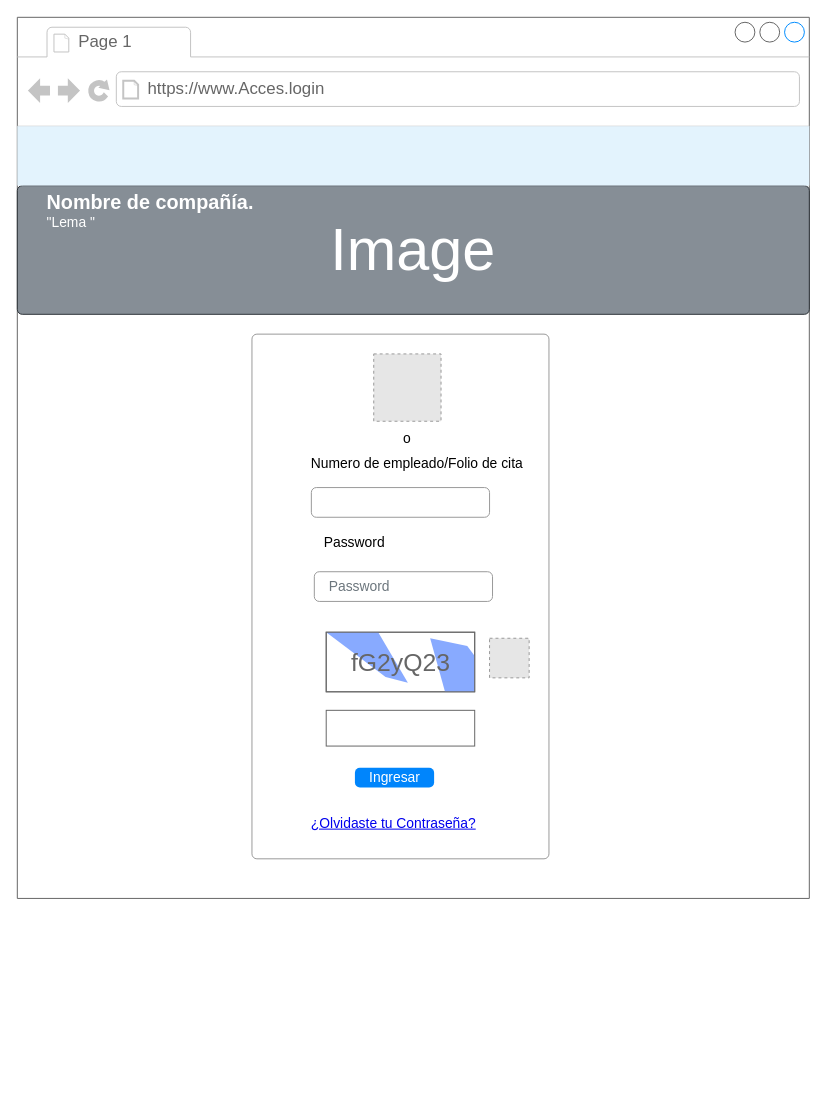
GwenBZ/AccesoEmpresa keeps this draw.io diagram as page "Login" (1 of 7) of Untitled Diagram.drawio. Above is the earlier version. Source tidied: cells renumbered, new cells numbered last; positions are measured from the earlier drawing's top-left corner, leaving out a move shared by most shapes. Both pictures are drawn from the tidied source at 99%, with x=0, y=0 at pixel (17, 17). Pictures stored in the file or linked from it are replaced by grey dashed boxes.
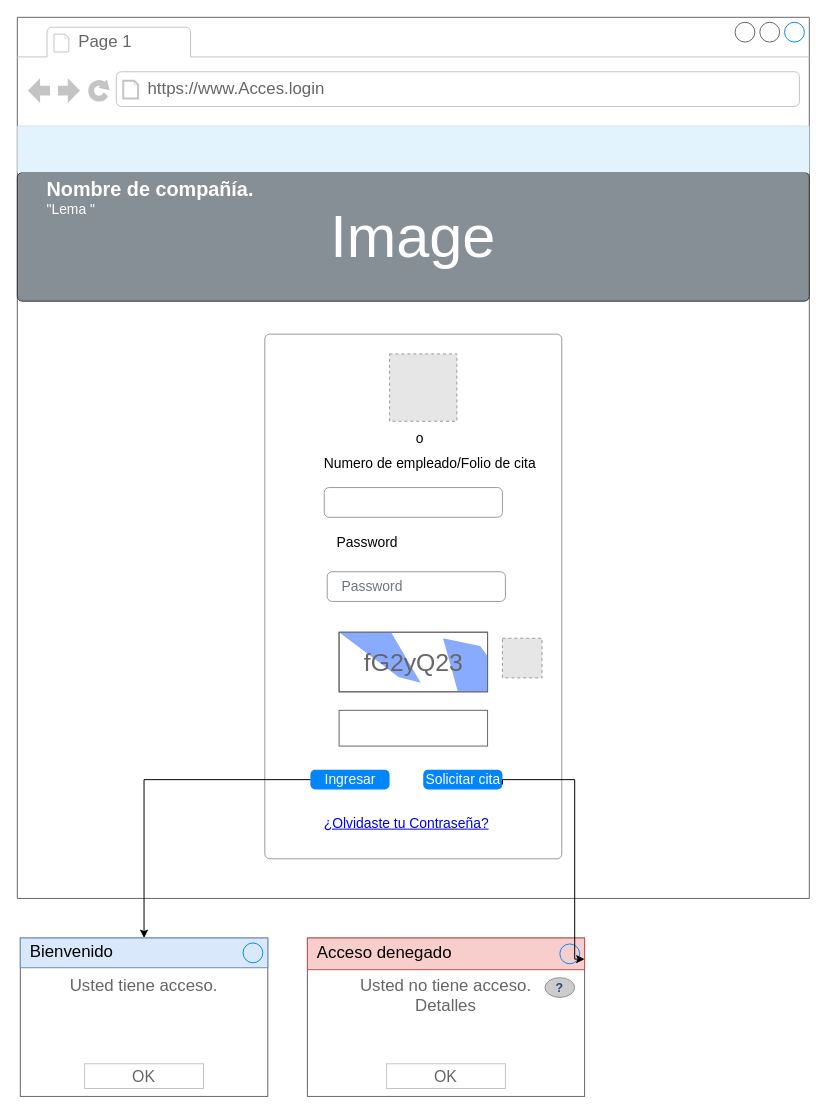
The same diagram, later.

The change refers to these unchanged cells:
```xml
<mxCell id="2" style="strokeWidth=1;shadow=0;dashed=0;align=center;html=1;shape=mxgraph.mockup.containers.browserWindow;rSize=0;strokeColor=#666666;strokeColor2=#008cff;strokeColor3=#c4c4c4;mainText=,;" parent="1" vertex="1">
  <mxGeometry width="800" height="890" as="geometry" />
</mxCell>
```

The edit, as a diff of the source:
```diff
@@
     <mxCell id="5" value="Image" style="html=1;shadow=0;dashed=0;shape=mxgraph.bootstrap.rrect;rSize=5;strokeColor=#2D3338;html=1;whiteSpace=wrap;fillColor=#868E96;fontColor=#ffffff;verticalAlign=middle;align=center;spacing=20;fontSize=60;" parent="2" vertex="1">
-      <mxGeometry y="170" width="800" height="130" as="geometry" />
+      <mxGeometry y="156.7" width="800" height="130" as="geometry" />
     </mxCell>
@@
-    <mxCell id="7" style="html=1;shadow=0;dashed=0;fillColor=#E3F3FD;strokeColor=none;fontSize=16;fontColor=#161819;align=left;spacing=15;" parent="5" vertex="1">
-      <mxGeometry y="-60" width="800" height="60" as="geometry" />
+    <mxCell id="7" style="html=1;shadow=0;dashed=0;fillColor=#E3F3FD;strokeColor=none;fontSize=16;fontColor=#161819;align=left;spacing=15;" parent="2" vertex="1">
+      <mxGeometry y="110" width="800" height="46.7" as="geometry" />
     </mxCell>
     <mxCell id="8" style="html=1;shadow=0;dashed=0;shape=mxgraph.bootstrap.rrect;rSize=5;fillColor=#ffffff;strokeColor=#999999;" parent="2" vertex="1">
-      <mxGeometry x="237" y="320" width="300" height="530" as="geometry" />
+      <mxGeometry x="250" y="320" width="300" height="530" as="geometry" />
     </mxCell>
@@
     <mxCell id="15" value="Ingresar" style="html=1;shadow=0;dashed=0;shape=mxgraph.bootstrap.rrect;rSize=5;fillColor=#0085FC;strokeColor=none;align=center;fontSize=14;fontColor=#FFFFFF;" parent="8" vertex="1">
       <mxGeometry width="80" height="20" relative="1" as="geometry">
-        <mxPoint x="104" y="438" as="offset" />
+        <mxPoint x="46" y="440" as="offset" />
       </mxGeometry>
     </mxCell>
@@
     <mxCell id="19" style="fillColor=#E6E6E6;strokeColor=#999999;dashed=1;html=1;verticalAlign=top;verticalLabelPosition=bottom;labelBackgroundColor=#ffffff;fontSize=10;fontColor=#3399FF;" parent="8" vertex="1">
-      <mxGeometry x="123" y="20" width="68" height="68" as="geometry" />
+      <mxGeometry x="126" y="20" width="68" height="68" as="geometry" />
     </mxCell>
+    <mxCell id="20" value="Solicitar cita" style="html=1;shadow=0;dashed=0;shape=mxgraph.bootstrap.rrect;rSize=5;fillColor=#0085FC;strokeColor=none;align=center;fontSize=14;fontColor=#FFFFFF;" parent="8" vertex="1">
+      <mxGeometry x="160" y="440" width="80" height="20" as="geometry" />
+    </mxCell>
+    <mxCell id="21" value="&lt;div&gt;Usted tiene acceso.&lt;/div&gt;" style="strokeWidth=1;shadow=0;dashed=0;align=center;html=1;shape=mxgraph.mockup.containers.rrect;rSize=0;strokeColor=#666666;fontColor=#666666;fontSize=17;verticalAlign=top;whiteSpace=wrap;fillColor=#ffffff;spacingTop=32;" parent="1" vertex="1">
+      <mxGeometry x="3" y="930" width="250" height="160" as="geometry" />
+    </mxCell>
+    <mxCell id="22" value="Bienvenido" style="strokeWidth=1;shadow=0;dashed=0;align=center;html=1;shape=mxgraph.mockup.containers.rrect;rSize=0;fontSize=17;strokeColor=#6c8ebf;align=left;spacingLeft=8;fillColor=#dae8fc;" parent="21" vertex="1">
+      <mxGeometry width="250" height="30" relative="1" as="geometry" />
+    </mxCell>
+    <mxCell id="23" style="shape=ellipse;strokeColor=#008cff;fillColor=none;html=1;" parent="22" vertex="1">
+      <mxGeometry x="1" y="0.5" width="20" height="20" relative="1" as="geometry">
+        <mxPoint x="-25" y="-10" as="offset" />
+      </mxGeometry>
+    </mxCell>
+    <mxCell id="24" value="OK" style="strokeWidth=1;shadow=0;dashed=0;align=center;html=1;shape=mxgraph.mockup.containers.rrect;rSize=0;fontSize=16;fontColor=#666666;strokeColor=#c4c4c4;whiteSpace=wrap;fillColor=#ffffff;" parent="21" vertex="1">
+      <mxGeometry x="0.5" y="1" width="120" height="25" relative="1" as="geometry">
+        <mxPoint x="-60" y="-33" as="offset" />
+      </mxGeometry>
+    </mxCell>
+    <mxCell id="25" value="&lt;div&gt;Usted no tiene acceso.&lt;/div&gt;&lt;div&gt;Detalles&lt;br&gt;&lt;/div&gt;" style="strokeWidth=1;shadow=0;dashed=0;align=center;html=1;shape=mxgraph.mockup.containers.rrect;rSize=0;strokeColor=#666666;fontColor=#666666;fontSize=17;verticalAlign=top;whiteSpace=wrap;fillColor=#ffffff;spacingTop=32;" parent="1" vertex="1">
+      <mxGeometry x="293" y="930" width="280" height="160" as="geometry" />
+    </mxCell>
+    <mxCell id="26" value="Acceso denegado" style="strokeWidth=1;shadow=0;dashed=0;align=center;html=1;shape=mxgraph.mockup.containers.rrect;rSize=0;fontSize=17;strokeColor=#b85450;align=left;spacingLeft=8;fillColor=#f8cecc;" parent="25" vertex="1">
+      <mxGeometry width="280" height="32" relative="1" as="geometry" />
+    </mxCell>
+    <mxCell id="27" style="shape=ellipse;strokeColor=#008cff;fillColor=none;html=1;" parent="26" vertex="1">
+      <mxGeometry x="1" y="0.5" width="20" height="20" relative="1" as="geometry">
+        <mxPoint x="-25" y="-10" as="offset" />
+      </mxGeometry>
+    </mxCell>
+    <mxCell id="28" value="OK" style="strokeWidth=1;shadow=0;dashed=0;align=center;html=1;shape=mxgraph.mockup.containers.rrect;rSize=0;fontSize=16;fontColor=#666666;strokeColor=#c4c4c4;whiteSpace=wrap;fillColor=#ffffff;" parent="25" vertex="1">
+      <mxGeometry x="0.5" y="1" width="120" height="25" relative="1" as="geometry">
+        <mxPoint x="-60" y="-33" as="offset" />
+      </mxGeometry>
+    </mxCell>
+    <mxCell id="29" style="verticalLabelPosition=bottom;shadow=0;dashed=0;align=center;html=1;verticalAlign=top;strokeWidth=1;shape=mxgraph.mockup.misc.help_icon;fontSize=17;fontColor=#999999;" parent="25" vertex="1">
+      <mxGeometry x="240" y="40" width="30" height="20" as="geometry" />
+    </mxCell>
+    <mxCell id="30" style="edgeStyle=orthogonalEdgeStyle;rounded=0;jettySize=auto;html=1;" parent="1" edge="1" source="15" target="22">
+      <mxGeometry relative="1" as="geometry" />
+    </mxCell>
+    <mxCell id="31" style="edgeStyle=orthogonalEdgeStyle;rounded=0;jettySize=auto;html=1;entryX=1;entryY=0.667;entryDx=0;entryDy=0;entryPerimeter=0;exitX=1;exitY=0.733;exitDx=0;exitDy=0;exitPerimeter=0;" parent="1" edge="1" source="20" target="26">
+      <mxGeometry relative="1" as="geometry">
+        <Array as="points">
+          <mxPoint x="490" y="770" />
+          <mxPoint x="563" y="770" />
+          <mxPoint x="563" y="951" />
+        </Array>
+      </mxGeometry>
+    </mxCell>
```
